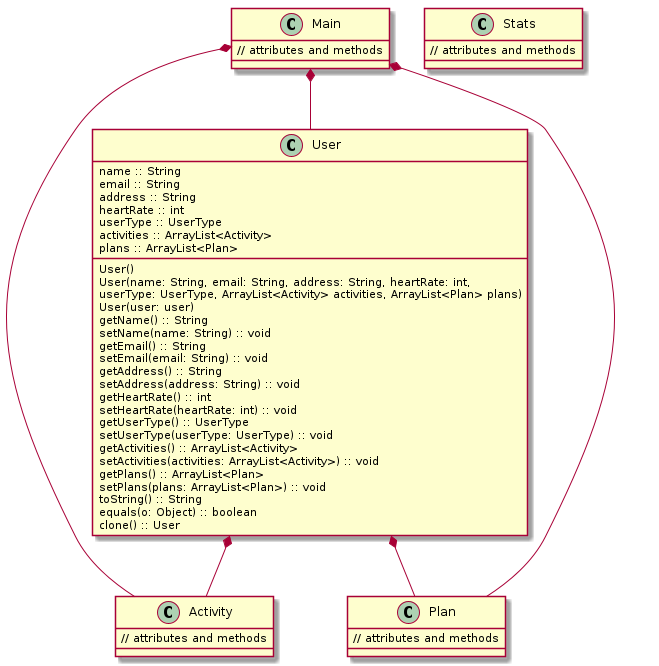
Earlier version of the PlantUML export diagram/diagram.png (flaviaraujo/project-OOP). Its source is kept beside it as diagram/diagram.puml.
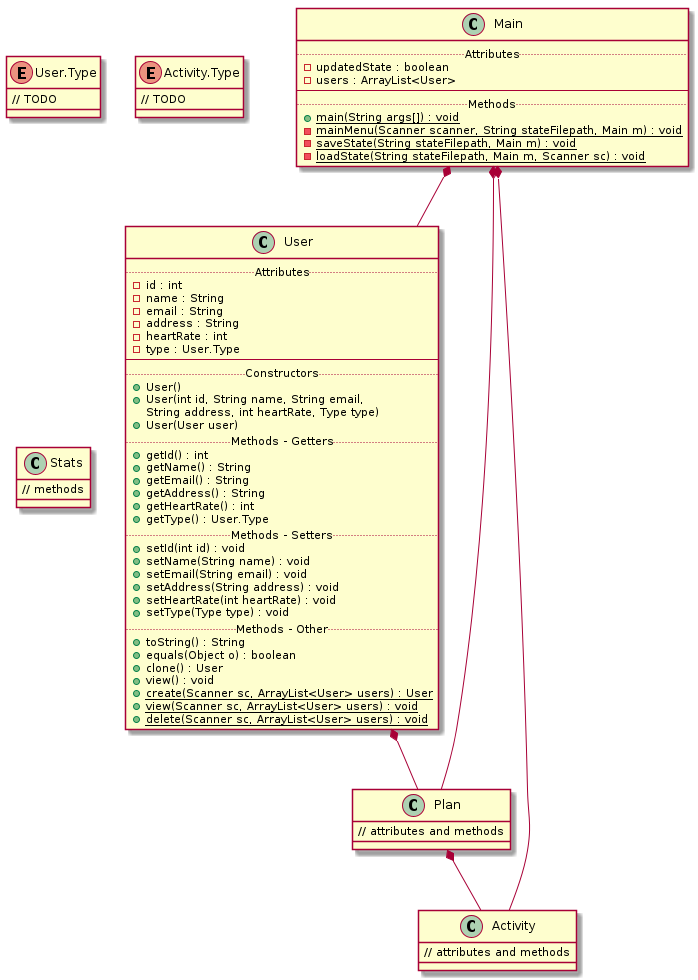
After the change.

Commit message:
Update class diagram

Change to the diagram source:
```diff
@@ -1,38 +1,54 @@
 @startuml
 
 class User {
-    name :: String
-    email :: String
-    address :: String
-    heartRate :: int
-    userType :: UserType
-    activities :: ArrayList<Activity>
-    plans :: ArrayList<Plan>
-    User()
-    User(name: String, email: String, address: String, heartRate: int,
-        userType: UserType, ArrayList<Activity> activities, ArrayList<Plan> plans)
-    User(user: user)
-    getName() :: String
-    setName(name: String) :: void
-    getEmail() :: String
-    setEmail(email: String) :: void
-    getAddress() :: String
-    setAddress(address: String) :: void
-    getHeartRate() :: int
-    setHeartRate(heartRate: int) :: void
-    getUserType() :: UserType
-    setUserType(userType: UserType) :: void
-    getActivities() :: ArrayList<Activity>
-    setActivities(activities: ArrayList<Activity>) :: void
-    getPlans() :: ArrayList<Plan>
-    setPlans(plans: ArrayList<Plan>) :: void
-    toString() :: String
-    equals(o: Object) :: boolean
-    clone() :: User
+    .. Attributes ..
+    -id : int
+    -name : String
+    -email : String
+    -address : String
+    -heartRate : int
+    -type : User.Type
+    --
+    .. Constructors ..
+    +User()
+    +User(int id, String name, String email,
+        String address, int heartRate, Type type)
+    +User(User user)
+    .. Methods - Getters ..
+    +getId() : int
+    +getName() : String
+    +getEmail() : String
+    +getAddress() : String
+    +getHeartRate() : int
+    +getType() : User.Type
+    .. Methods - Setters ..
+    +setId(int id) : void
+    +setName(String name) : void
+    +setEmail(String email) : void
+    +setAddress(String address) : void
+    +setHeartRate(int heartRate) : void
+    +setType(Type type) : void
+    .. Methods - Other ..
+    +toString() : String
+    +equals(Object o) : boolean
+    +clone() : User
+    +view() : void
+    +{static} create(Scanner sc, ArrayList<User> users) : User
+    -{static} search(Scanner sc, ArrayList<User> users) : User
+    +{static} view(Scanner sc, ArrayList<User> users) : void
+    +{static} delete(Scanner sc, ArrayList<User> users) : void
+}
+
+enum User.Type {
+    // TODO
 }
 
 class Activity {
     // attributes and methods
+}
+
+enum Activity.Type {
+    // TODO
 }
 
 class Plan {
@@ -40,17 +56,25 @@
 }
 
 class Stats {
-    // attributes and methods
+    // methods
 }
 
 class Main {
-    // attributes and methods
+    .. Attributes ..
+    -updatedState : boolean
+    -users : ArrayList<User>
+    --
+    .. Methods ..
+    +{static} main(String args[]) : void
+    -{static} mainMenu(Scanner scanner, String stateFilepath, Main m) : void
+    -{static} saveState(String stateFilepath, Main m) : void
+    -{static} loadState(String stateFilepath, Main m, Scanner sc) : void
 }
 
-User  *-- Activity
-User  *-- Plan
-Main  *-- User
-Main  *-- Activity
-Main  *-- Plan
+User *-- Plan
+Plan *-- Activity
+Main *-- User
+Main *-- Activity
+Main *-- Plan
 
 @enduml
```
